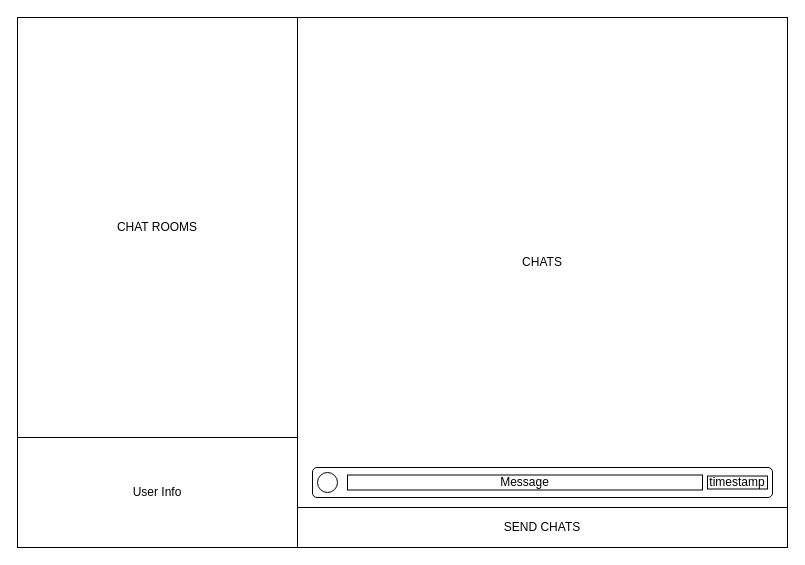
The draw.io diagram web/Untitled Diagram.drawio in sosaedison/fastapi-chat-app, before the edit. Source tidied: cells renumbered, new cells numbered last; positions are measured from the earlier drawing's top-left corner, leaving out a move shared by most shapes. Both pictures are drawn from the tidied source at 100%, with x=0, y=0 at pixel (17, 17).
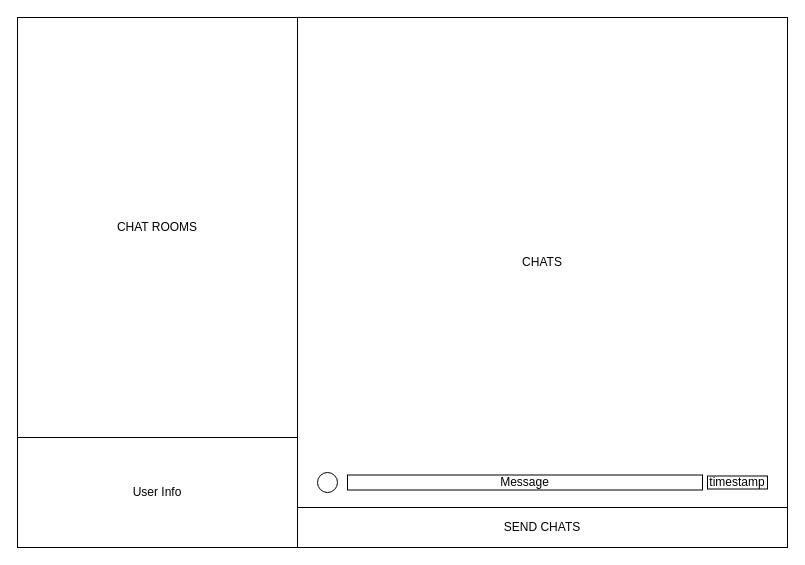
Above is the later version.

Commit message:
no chat box border

Change to the diagram source:
```diff
@@
 <mxGraphModel>
   <root>
     <mxCell id="0" />
     <mxCell id="1" parent="0" />
     <mxCell id="2" style="rounded=0;whiteSpace=wrap;html=1;" parent="1" vertex="1">
       <mxGeometry width="770" height="530" as="geometry" />
     </mxCell>
     <mxCell id="3" value="User Info" style="rounded=0;whiteSpace=wrap;html=1;" parent="1" vertex="1">
       <mxGeometry y="420" width="280" height="110" as="geometry" />
     </mxCell>
     <mxCell id="4" value="CHAT ROOMS" style="rounded=0;whiteSpace=wrap;html=1;" parent="1" vertex="1">
       <mxGeometry width="280" height="420" as="geometry" />
     </mxCell>
     <mxCell id="5" value="SEND CHATS" style="rounded=0;whiteSpace=wrap;html=1;" parent="1" vertex="1">
       <mxGeometry x="280" y="490" width="490" height="40" as="geometry" />
     </mxCell>
     <mxCell id="6" value="CHATS" style="rounded=0;whiteSpace=wrap;html=1;" parent="1" vertex="1">
       <mxGeometry x="280" width="490" height="490" as="geometry" />
     </mxCell>
-    <mxCell id="7" style="rounded=1;whiteSpace=wrap;html=1;" parent="1" vertex="1">
-      <mxGeometry x="295" y="450" width="460" height="30" as="geometry" />
-    </mxCell>
     <mxCell id="8" style="ellipse;whiteSpace=wrap;html=1;" parent="1" vertex="1">
       <mxGeometry x="300" y="455" width="20" height="20" as="geometry" />
     </mxCell>
     <mxCell id="9" value="Message" style="rounded=0;whiteSpace=wrap;html=1;" parent="1" vertex="1">
       <mxGeometry x="330" y="457.5" width="355" height="15" as="geometry" />
     </mxCell>
     <mxCell id="10" value="timestamp" style="rounded=0;whiteSpace=wrap;html=1;" parent="1" vertex="1">
       <mxGeometry x="690" y="458.5" width="60" height="13" as="geometry" />
     </mxCell>
   </root>
 </mxGraphModel>
```
